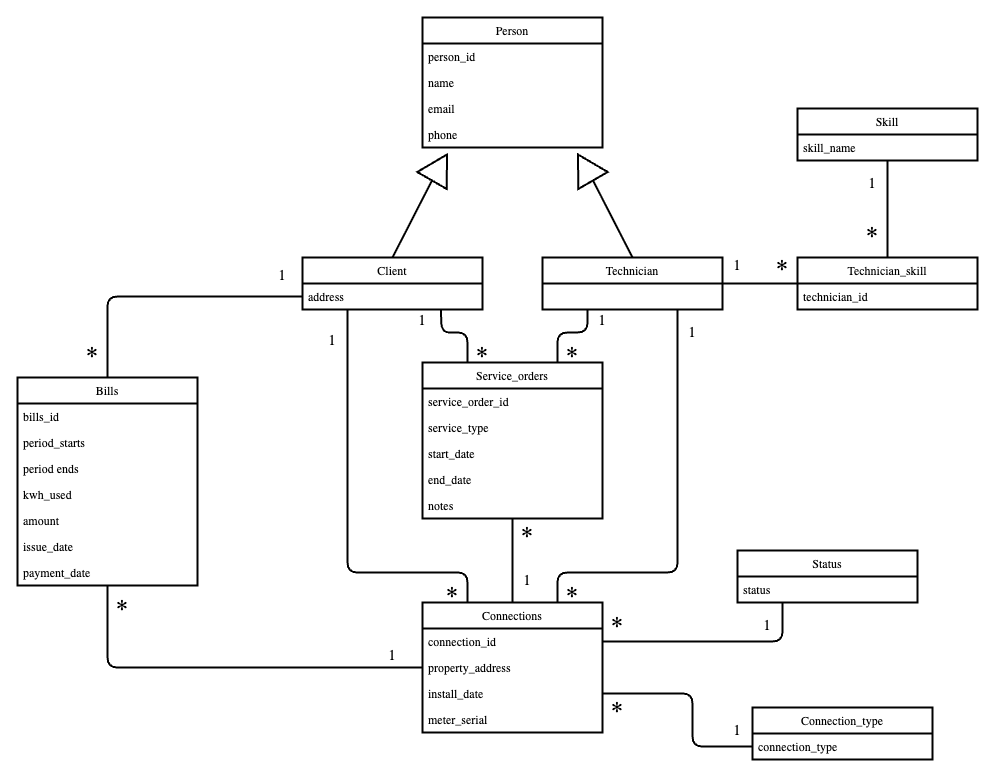
This is uml.png from nnovajulian08/database_proj, a draw.io export, as it was before one commit. Source tidied: cells renumbered, new cells last; positions are measured from the earlier drawing's top-left corner, leaving out a move shared by most shapes.
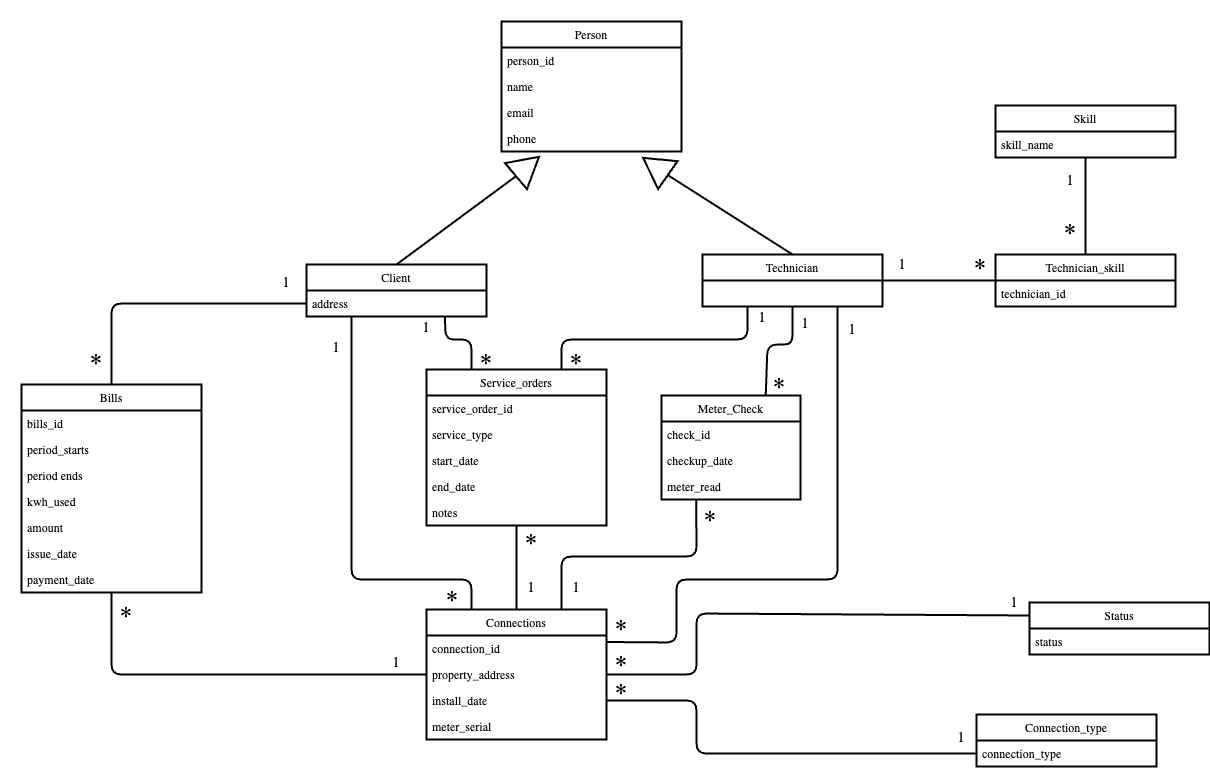
The same file after the commit.

The edit, as a diff of the source:
```diff
@@ -5,3 +5,3 @@
     <mxCell id="2" value="Person" style="swimlane;fontStyle=0;horizontal=1;startSize=26;fillColor=none;" parent="1" vertex="1">
-      <mxGeometry x="405" width="180" height="130" as="geometry" />
+      <mxGeometry x="265" y="-788" width="180" height="130" as="geometry" />
     </mxCell>
@@ -19,7 +19,7 @@
     </mxCell>
-    <mxCell id="7" style="triangle;whiteSpace=wrap;html=1;direction=north;rotation=-30;" parent="1" vertex="1">
-      <mxGeometry x="551" y="135" width="34" height="30" as="geometry" />
+    <mxCell id="7" style="triangle;whiteSpace=wrap;html=1;direction=north;rotation=-55;" parent="1" vertex="1">
+      <mxGeometry x="402" y="-658" width="34" height="30" as="geometry" />
     </mxCell>
-    <mxCell id="8" style="triangle;whiteSpace=wrap;html=1;direction=north;rotation=30;" parent="1" vertex="1">
-      <mxGeometry x="405" y="135" width="34" height="30" as="geometry" />
+    <mxCell id="8" style="triangle;whiteSpace=wrap;html=1;direction=north;rotation=50;" parent="1" vertex="1">
+      <mxGeometry x="274" y="-658" width="34" height="30" as="geometry" />
     </mxCell>
@@ -31,4 +31,4 @@
         <Array as="points">
-          <mxPoint x="330" y="555" />
-          <mxPoint x="450" y="555" />
+          <mxPoint x="115" y="-230" />
+          <mxPoint x="235" y="-230" />
         </Array>
@@ -37,3 +37,3 @@
     <mxCell id="11" value="Client" style="swimlane;fontStyle=0;horizontal=1;startSize=26;fillColor=none;" parent="1" vertex="1">
-      <mxGeometry x="285" y="240" width="180" height="52" as="geometry" />
+      <mxGeometry x="70" y="-545" width="180" height="52" as="geometry" />
     </mxCell>
@@ -48,7 +48,8 @@
     </mxCell>
-    <mxCell id="15" style="endArrow=none;html=1;exitX=0.75;exitY=1;exitDx=0;exitDy=0;entryX=0.75;entryY=0;entryDx=0;entryDy=0;" parent="1" edge="1" source="16" target="32">
+    <mxCell id="15" style="endArrow=none;html=1;exitX=0.75;exitY=1;exitDx=0;exitDy=0;entryX=1;entryY=0.25;entryDx=0;entryDy=0;" parent="1" edge="1" source="16" target="32">
       <mxGeometry relative="1" as="geometry">
         <Array as="points">
-          <mxPoint x="660" y="555" />
-          <mxPoint x="540" y="555" />
+          <mxPoint x="601" y="-230" />
+          <mxPoint x="440" y="-230" />
+          <mxPoint x="440" y="-167" />
         </Array>
@@ -57,3 +58,3 @@
     <mxCell id="16" value="Technician" style="swimlane;fontStyle=0;horizontal=1;startSize=26;fillColor=none;" parent="1" vertex="1">
-      <mxGeometry x="525" y="240" width="180" height="52" as="geometry" />
+      <mxGeometry x="466" y="-555" width="180" height="52" as="geometry" />
     </mxCell>
@@ -63,3 +64,3 @@
     <mxCell id="18" value="Skill" style="swimlane;fontStyle=0;horizontal=1;startSize=26;fillColor=none;" parent="1" vertex="1">
-      <mxGeometry x="780" y="91" width="180" height="52" as="geometry" />
+      <mxGeometry x="759" y="-704" width="180" height="52" as="geometry" />
     </mxCell>
@@ -69,3 +70,3 @@
     <mxCell id="20" value="Technician_skill" style="swimlane;fontStyle=0;horizontal=1;startSize=26;fillColor=none;" parent="1" vertex="1">
-      <mxGeometry x="780" y="240" width="180" height="52" as="geometry" />
+      <mxGeometry x="759" y="-555" width="180" height="52" as="geometry" />
     </mxCell>
@@ -77,3 +78,3 @@
         <Array as="points">
-          <mxPoint x="90" y="279" />
+          <mxPoint x="-125" y="-506" />
         </Array>
@@ -84,3 +85,3 @@
         <Array as="points">
-          <mxPoint x="90" y="650" />
+          <mxPoint x="-125" y="-135" />
         </Array>
@@ -89,3 +90,3 @@
     <mxCell id="24" value="Bills" style="swimlane;fontStyle=0;horizontal=1;startSize=26;fillColor=none;" parent="1" vertex="1">
-      <mxGeometry y="360" width="180" height="208" as="geometry" />
+      <mxGeometry x="-215" y="-425" width="180" height="208" as="geometry" />
     </mxCell>
@@ -113,3 +114,3 @@
     <mxCell id="32" value="Connections" style="swimlane;fontStyle=0;horizontal=1;startSize=26;fillColor=none;" parent="1" vertex="1">
-      <mxGeometry x="405" y="585" width="180" height="130" as="geometry" />
+      <mxGeometry x="190" y="-200" width="180" height="130" as="geometry" />
     </mxCell>
@@ -128,3 +129,3 @@
     <mxCell id="37" value="Connection_type" style="swimlane;fontStyle=0;horizontal=1;startSize=26;fillColor=none;" parent="1" vertex="1">
-      <mxGeometry x="735" y="690" width="180" height="52" as="geometry" />
+      <mxGeometry x="740" y="-95" width="180" height="52" as="geometry" />
     </mxCell>
@@ -133,7 +134,7 @@
     </mxCell>
-    <mxCell id="39" style="endArrow=none;html=1;entryX=1;entryY=0.5;entryDx=0;entryDy=0;exitX=0.25;exitY=1;exitDx=0;exitDy=0;" parent="1" edge="1" source="40" target="33">
+    <mxCell id="39" style="endArrow=none;html=1;entryX=1;entryY=0.5;entryDx=0;entryDy=0;exitX=0;exitY=0.25;exitDx=0;exitDy=0;" parent="1" edge="1" source="40" target="34">
       <mxGeometry relative="1" as="geometry">
         <Array as="points">
-          <mxPoint x="765" y="624" />
-          <mxPoint x="675" y="624" />
+          <mxPoint x="460" y="-196" />
+          <mxPoint x="460" y="-135" />
         </Array>
@@ -142,3 +143,3 @@
     <mxCell id="40" value="Status" style="swimlane;fontStyle=0;horizontal=1;startSize=26;fillColor=none;" parent="1" vertex="1">
-      <mxGeometry x="720" y="533" width="180" height="52" as="geometry" />
+      <mxGeometry x="793" y="-207" width="180" height="52" as="geometry" />
     </mxCell>
@@ -150,4 +151,5 @@
         <Array as="points">
-          <mxPoint x="540" y="315" />
-          <mxPoint x="570" y="315" />
+          <mxPoint x="325" y="-470" />
+          <mxPoint x="355" y="-470" />
+          <mxPoint x="511" y="-470" />
         </Array>
@@ -159,3 +161,3 @@
     <mxCell id="44" value="Service_orders" style="swimlane;fontStyle=0;horizontal=1;startSize=26;fillColor=none;" parent="1" vertex="1">
-      <mxGeometry x="405" y="345" width="180" height="156" as="geometry" />
+      <mxGeometry x="190" y="-440" width="180" height="156" as="geometry" />
     </mxCell>
@@ -179,4 +181,4 @@
         <Array as="points">
-          <mxPoint x="675" y="676" />
-          <mxPoint x="675" y="729" />
+          <mxPoint x="460" y="-109" />
+          <mxPoint x="460" y="-56" />
         </Array>
@@ -187,4 +189,4 @@
         <Array as="points">
-          <mxPoint x="450" y="315" />
-          <mxPoint x="424" y="315" />
+          <mxPoint x="235" y="-470" />
+          <mxPoint x="209" y="-470" />
         </Array>
@@ -193,67 +195,107 @@
     <mxCell id="52" value="&lt;span style=&quot;font-style: normal&quot;&gt;1&lt;/span&gt;" style="text;html=1;strokeColor=none;fillColor=none;align=center;verticalAlign=middle;whiteSpace=wrap;rounded=0;fontSize=15;fontStyle=0;" parent="1" vertex="1">
-      <mxGeometry x="495" y="540" width="30" height="45" as="geometry" />
+      <mxGeometry x="280" y="-245" width="30" height="45" as="geometry" />
     </mxCell>
     <mxCell id="53" value="&lt;span style=&quot;font-style: normal&quot;&gt;1&lt;/span&gt;" style="text;html=1;strokeColor=none;fillColor=none;align=center;verticalAlign=middle;whiteSpace=wrap;rounded=0;fontSize=15;fontStyle=0;" parent="1" vertex="1">
-      <mxGeometry x="570" y="280" width="30" height="45" as="geometry" />
+      <mxGeometry x="511" y="-515" width="30" height="45" as="geometry" />
     </mxCell>
     <mxCell id="54" value="&lt;span style=&quot;font-style: normal&quot;&gt;1&lt;/span&gt;" style="text;html=1;strokeColor=none;fillColor=none;align=center;verticalAlign=middle;whiteSpace=wrap;rounded=0;fontSize=15;fontStyle=0;" parent="1" vertex="1">
-      <mxGeometry x="390" y="280" width="30" height="45" as="geometry" />
+      <mxGeometry x="175" y="-505" width="30" height="45" as="geometry" />
     </mxCell>
     <mxCell id="55" value="&lt;span style=&quot;font-style: normal&quot;&gt;1&lt;/span&gt;" style="text;html=1;strokeColor=none;fillColor=none;align=center;verticalAlign=middle;whiteSpace=wrap;rounded=0;fontSize=15;fontStyle=0;" parent="1" vertex="1">
-      <mxGeometry x="360" y="615" width="30" height="45" as="geometry" />
+      <mxGeometry x="145" y="-170" width="30" height="45" as="geometry" />
     </mxCell>
     <mxCell id="56" value="&lt;span style=&quot;font-style: normal&quot;&gt;1&lt;/span&gt;" style="text;html=1;strokeColor=none;fillColor=none;align=center;verticalAlign=middle;whiteSpace=wrap;rounded=0;fontSize=15;fontStyle=0;" parent="1" vertex="1">
-      <mxGeometry x="250" y="235" width="30" height="45" as="geometry" />
+      <mxGeometry x="35" y="-550" width="30" height="45" as="geometry" />
     </mxCell>
     <mxCell id="57" value="&lt;span style=&quot;font-style: normal&quot;&gt;1&lt;/span&gt;" style="text;html=1;strokeColor=none;fillColor=none;align=center;verticalAlign=middle;whiteSpace=wrap;rounded=0;fontSize=15;fontStyle=0;" parent="1" vertex="1">
-      <mxGeometry x="705" y="690" width="30" height="45" as="geometry" />
+      <mxGeometry x="710" y="-95" width="30" height="45" as="geometry" />
     </mxCell>
     <mxCell id="58" value="&lt;span style=&quot;font-style: normal&quot;&gt;1&lt;/span&gt;" style="text;html=1;strokeColor=none;fillColor=none;align=center;verticalAlign=middle;whiteSpace=wrap;rounded=0;fontSize=15;fontStyle=0;" parent="1" vertex="1">
-      <mxGeometry x="660" y="292" width="30" height="45" as="geometry" />
+      <mxGeometry x="601" y="-503" width="30" height="45" as="geometry" />
     </mxCell>
     <mxCell id="59" value="&lt;span style=&quot;font-style: normal&quot;&gt;*&lt;/span&gt;" style="text;html=1;strokeColor=none;fillColor=none;align=center;verticalAlign=middle;whiteSpace=wrap;rounded=0;fontSize=25;fontStyle=0;" parent="1" vertex="1">
-      <mxGeometry x="585" y="670" width="30" height="45" as="geometry" />
+      <mxGeometry x="370" y="-140" width="30" height="45" as="geometry" />
     </mxCell>
     <mxCell id="60" value="&lt;span style=&quot;font-style: normal&quot;&gt;*&lt;/span&gt;" style="text;html=1;strokeColor=none;fillColor=none;align=center;verticalAlign=middle;whiteSpace=wrap;rounded=0;fontSize=25;fontStyle=0;" parent="1" vertex="1">
-      <mxGeometry x="540" y="555" width="30" height="45" as="geometry" />
+      <mxGeometry x="370" y="-203.5" width="30" height="45" as="geometry" />
     </mxCell>
     <mxCell id="61" value="&lt;span style=&quot;font-style: normal&quot;&gt;*&lt;/span&gt;" style="text;html=1;strokeColor=none;fillColor=none;align=center;verticalAlign=middle;whiteSpace=wrap;rounded=0;fontSize=25;fontStyle=0;" parent="1" vertex="1">
-      <mxGeometry x="420" y="555" width="30" height="45" as="geometry" />
+      <mxGeometry x="201" y="-233" width="30" height="45" as="geometry" />
     </mxCell>
     <mxCell id="62" value="&lt;span style=&quot;font-style: normal&quot;&gt;*&lt;/span&gt;" style="text;html=1;strokeColor=none;fillColor=none;align=center;verticalAlign=middle;whiteSpace=wrap;rounded=0;fontSize=25;fontStyle=0;" parent="1" vertex="1">
-      <mxGeometry x="495" y="495" width="30" height="45" as="geometry" />
+      <mxGeometry x="280" y="-290" width="30" height="45" as="geometry" />
     </mxCell>
     <mxCell id="63" value="&lt;span style=&quot;font-style: normal&quot;&gt;*&lt;/span&gt;" style="text;html=1;strokeColor=none;fillColor=none;align=center;verticalAlign=middle;whiteSpace=wrap;rounded=0;fontSize=25;fontStyle=0;" parent="1" vertex="1">
-      <mxGeometry x="540" y="315" width="30" height="45" as="geometry" />
+      <mxGeometry x="325" y="-470" width="30" height="45" as="geometry" />
     </mxCell>
     <mxCell id="64" value="&lt;span style=&quot;font-style: normal&quot;&gt;*&lt;/span&gt;" style="text;html=1;strokeColor=none;fillColor=none;align=center;verticalAlign=middle;whiteSpace=wrap;rounded=0;fontSize=25;fontStyle=0;" parent="1" vertex="1">
-      <mxGeometry x="450" y="315" width="30" height="45" as="geometry" />
+      <mxGeometry x="235" y="-470" width="30" height="45" as="geometry" />
     </mxCell>
     <mxCell id="65" value="&lt;span style=&quot;font-style: normal&quot;&gt;*&lt;/span&gt;" style="text;html=1;strokeColor=none;fillColor=none;align=center;verticalAlign=middle;whiteSpace=wrap;rounded=0;fontSize=25;fontStyle=0;" parent="1" vertex="1">
-      <mxGeometry x="60" y="315" width="30" height="45" as="geometry" />
+      <mxGeometry x="-155" y="-470" width="30" height="45" as="geometry" />
     </mxCell>
     <mxCell id="66" value="&lt;span style=&quot;font-style: normal&quot;&gt;*&lt;/span&gt;" style="text;html=1;strokeColor=none;fillColor=none;align=center;verticalAlign=middle;whiteSpace=wrap;rounded=0;fontSize=25;fontStyle=0;" parent="1" vertex="1">
-      <mxGeometry x="90" y="568" width="30" height="45" as="geometry" />
+      <mxGeometry x="-125" y="-217" width="30" height="45" as="geometry" />
     </mxCell>
     <mxCell id="67" value="&lt;span style=&quot;font-style: normal&quot;&gt;1&lt;/span&gt;" style="text;html=1;strokeColor=none;fillColor=none;align=center;verticalAlign=middle;whiteSpace=wrap;rounded=0;fontSize=15;fontStyle=0;" parent="1" vertex="1">
-      <mxGeometry x="300" y="300" width="30" height="45" as="geometry" />
+      <mxGeometry x="85" y="-485" width="30" height="45" as="geometry" />
     </mxCell>
     <mxCell id="68" value="&lt;span style=&quot;font-style: normal&quot;&gt;1&lt;/span&gt;" style="text;html=1;strokeColor=none;fillColor=none;align=center;verticalAlign=middle;whiteSpace=wrap;rounded=0;fontSize=15;fontStyle=0;" parent="1" vertex="1">
-      <mxGeometry x="840" y="143" width="30" height="45" as="geometry" />
+      <mxGeometry x="819" y="-652" width="30" height="45" as="geometry" />
     </mxCell>
     <mxCell id="69" value="&lt;span style=&quot;font-style: normal&quot;&gt;*&lt;/span&gt;" style="text;html=1;strokeColor=none;fillColor=none;align=center;verticalAlign=middle;whiteSpace=wrap;rounded=0;fontSize=25;fontStyle=0;" parent="1" vertex="1">
-      <mxGeometry x="585" y="585" width="30" height="45" as="geometry" />
+      <mxGeometry x="370" y="-168" width="30" height="45" as="geometry" />
     </mxCell>
     <mxCell id="70" value="&lt;span style=&quot;font-style: normal&quot;&gt;1&lt;/span&gt;" style="text;html=1;strokeColor=none;fillColor=none;align=center;verticalAlign=middle;whiteSpace=wrap;rounded=0;fontSize=15;fontStyle=0;" parent="1" vertex="1">
-      <mxGeometry x="705" y="225" width="30" height="45" as="geometry" />
+      <mxGeometry x="651" y="-568" width="30" height="45" as="geometry" />
     </mxCell>
     <mxCell id="71" value="&lt;span style=&quot;font-style: normal&quot;&gt;*&lt;/span&gt;" style="text;html=1;strokeColor=none;fillColor=none;align=center;verticalAlign=middle;whiteSpace=wrap;rounded=0;fontSize=25;fontStyle=0;" parent="1" vertex="1">
-      <mxGeometry x="840" y="195" width="30" height="45" as="geometry" />
+      <mxGeometry x="819" y="-600" width="30" height="45" as="geometry" />
     </mxCell>
     <mxCell id="72" value="&lt;span style=&quot;font-style: normal&quot;&gt;1&lt;/span&gt;" style="text;html=1;strokeColor=none;fillColor=none;align=center;verticalAlign=middle;whiteSpace=wrap;rounded=0;fontSize=15;fontStyle=0;" parent="1" vertex="1">
-      <mxGeometry x="735" y="585" width="30" height="45" as="geometry" />
+      <mxGeometry x="763" y="-230" width="30" height="45" as="geometry" />
     </mxCell>
     <mxCell id="73" value="&lt;span style=&quot;font-style: normal&quot;&gt;*&lt;/span&gt;" style="text;html=1;strokeColor=none;fillColor=none;align=center;verticalAlign=middle;whiteSpace=wrap;rounded=0;fontSize=25;fontStyle=0;" parent="1" vertex="1">
-      <mxGeometry x="750" y="228" width="30" height="45" as="geometry" />
+      <mxGeometry x="729" y="-565" width="30" height="45" as="geometry" />
     </mxCell>
+    <mxCell id="74" style="endArrow=none;html=1;exitX=0.75;exitY=0;exitDx=0;exitDy=0;" parent="1" edge="1" source="76" target="16">
+      <mxGeometry relative="1" as="geometry">
+        <Array as="points">
+          <mxPoint x="531" y="-465" />
+          <mxPoint x="556" y="-465" />
+        </Array>
+      </mxGeometry>
+    </mxCell>
+    <mxCell id="75" style="endArrow=none;html=1;entryX=0.75;entryY=0;entryDx=0;entryDy=0;exitX=0.25;exitY=1;exitDx=0;exitDy=0;" parent="1" edge="1" source="76" target="32">
+      <mxGeometry relative="1" as="geometry">
+        <Array as="points">
+          <mxPoint x="460" y="-253" />
+          <mxPoint x="325" y="-253" />
+        </Array>
+      </mxGeometry>
+    </mxCell>
+    <mxCell id="76" value="Meter_Check" style="swimlane;fontStyle=0;horizontal=1;startSize=26;fillColor=none;" parent="1" vertex="1">
+      <mxGeometry x="425" y="-414" width="139" height="104" as="geometry" />
+    </mxCell>
+    <mxCell id="77" value="check_id" style="text;strokeColor=none;fillColor=none;align=left;verticalAlign=top;spacingLeft=4;spacingRight=4;overflow=hidden;" parent="76" vertex="1">
+      <mxGeometry y="26" width="139" height="26" as="geometry" />
+    </mxCell>
+    <mxCell id="78" value="checkup_date" style="text;strokeColor=none;fillColor=none;align=left;verticalAlign=top;spacingLeft=4;spacingRight=4;overflow=hidden;" parent="76" vertex="1">
+      <mxGeometry y="52" width="139" height="26" as="geometry" />
+    </mxCell>
+    <mxCell id="79" value="meter_read" style="text;strokeColor=none;fillColor=none;align=left;verticalAlign=top;spacingLeft=4;spacingRight=4;overflow=hidden;" parent="76" vertex="1">
+      <mxGeometry y="78" width="139" height="26" as="geometry" />
+    </mxCell>
+    <mxCell id="80" value="&lt;span style=&quot;font-style: normal&quot;&gt;1&lt;/span&gt;" style="text;html=1;strokeColor=none;fillColor=none;align=center;verticalAlign=middle;whiteSpace=wrap;rounded=0;fontSize=15;fontStyle=0;" parent="1" vertex="1">
+      <mxGeometry x="554" y="-509" width="30" height="45" as="geometry" />
+    </mxCell>
+    <mxCell id="81" value="&lt;span style=&quot;font-style: normal&quot;&gt;*&lt;/span&gt;" style="text;html=1;strokeColor=none;fillColor=none;align=center;verticalAlign=middle;whiteSpace=wrap;rounded=0;fontSize=25;fontStyle=0;" parent="1" vertex="1">
+      <mxGeometry x="528" y="-446" width="30" height="45" as="geometry" />
+    </mxCell>
+    <mxCell id="82" value="&lt;span style=&quot;font-style: normal&quot;&gt;1&lt;/span&gt;" style="text;html=1;strokeColor=none;fillColor=none;align=center;verticalAlign=middle;whiteSpace=wrap;rounded=0;fontSize=15;fontStyle=0;" parent="1" vertex="1">
+      <mxGeometry x="325" y="-245" width="30" height="45" as="geometry" />
+    </mxCell>
+    <mxCell id="83" value="&lt;span style=&quot;font-style: normal&quot;&gt;*&lt;/span&gt;" style="text;html=1;strokeColor=none;fillColor=none;align=center;verticalAlign=middle;whiteSpace=wrap;rounded=0;fontSize=25;fontStyle=0;" parent="1" vertex="1">
+      <mxGeometry x="459" y="-313" width="30" height="45" as="geometry" />
+    </mxCell>
   </root>
```
